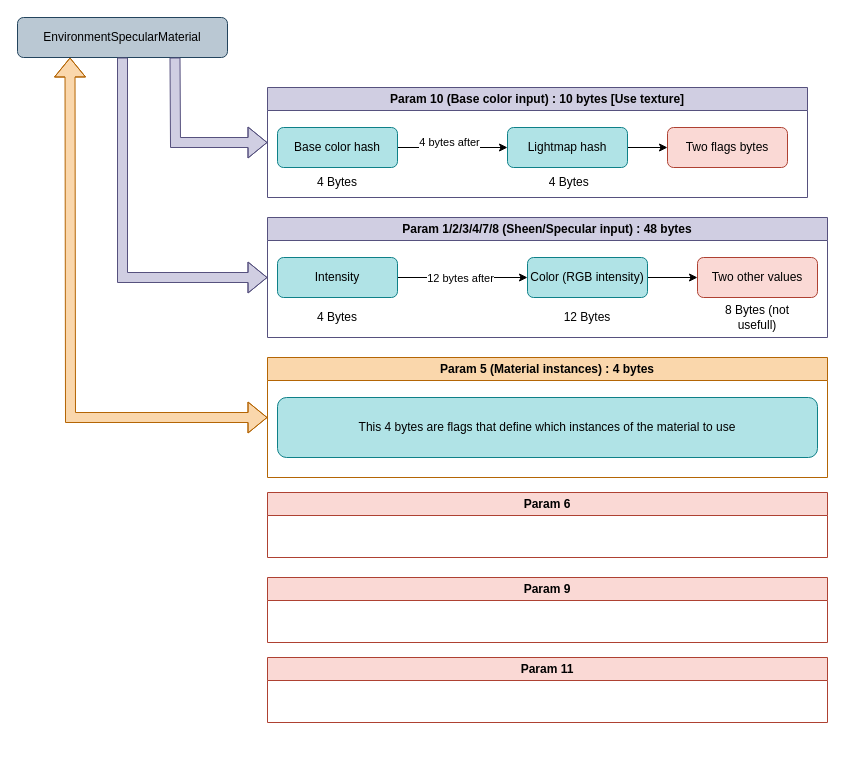
Before: EnvironmentSpecularMaterial.drawio in Ex-A01/Lm2HD-Materials-graph, a draw.io diagram. Source tidied: cells renumbered, new cells numbered last; positions are measured from the earlier drawing's top-left corner, leaving out a move shared by most shapes. Both pictures are drawn from the tidied source at 100%, with x=0, y=0 at pixel (17, 17).
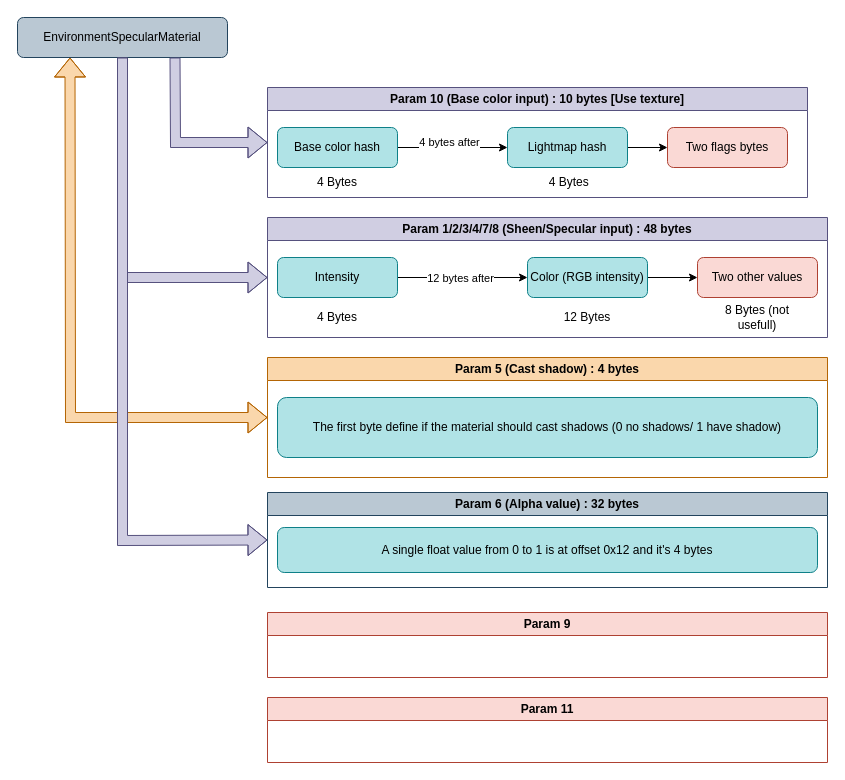
Above is the later version.

Commit message:
Mettre à jour EnvironmentSpecularMaterial.drawio

Unchanged cells that the change refers to:
```xml
<mxCell id="2" value="EnvironmentSpecularMaterial" style="rounded=1;whiteSpace=wrap;html=1;fillColor=#bac8d3;strokeColor=#23445d;" parent="1" vertex="1">
  <mxGeometry width="210" height="40" as="geometry" />
</mxCell>
```

Diff of the diagram source:
```diff
@@
-    <mxCell id="24" value="Param 5 (Material instances) : 4 bytes" style="swimlane;whiteSpace=wrap;html=1;fillColor=#fad7ac;strokeColor=#b46504;" parent="1" vertex="1">
+    <mxCell id="24" value="Param 5 (Cast shadow) : 4 bytes" style="swimlane;whiteSpace=wrap;html=1;fillColor=#fad7ac;strokeColor=#b46504;" parent="1" vertex="1">
       <mxGeometry x="250" y="340" width="560" height="120" as="geometry" />
     </mxCell>
-    <mxCell id="25" value="This 4 bytes are flags that define which instances of the material to use" style="rounded=1;whiteSpace=wrap;html=1;fillColor=#b0e3e6;strokeColor=#0e8088;" parent="24" vertex="1">
+    <mxCell id="25" value="The first byte define if the material should cast shadows (0 no shadows/ 1 have shadow)" style="rounded=1;whiteSpace=wrap;html=1;fillColor=#b0e3e6;strokeColor=#0e8088;" parent="24" vertex="1">
       <mxGeometry x="10" y="40" width="540" height="60" as="geometry" />
     </mxCell>
@@
-    <mxCell id="27" value="Param 6" style="swimlane;whiteSpace=wrap;html=1;fillColor=#fad9d5;strokeColor=#ae4132;" parent="1" vertex="1">
-      <mxGeometry x="250" y="475" width="560" height="65" as="geometry" />
+    <mxCell id="27" value="Param 6 (Alpha value) : 32 bytes" style="swimlane;whiteSpace=wrap;html=1;fillColor=#bac8d3;strokeColor=#23445d;" parent="1" vertex="1">
+      <mxGeometry x="250" y="475" width="560" height="95" as="geometry" />
     </mxCell>
+    <mxCell id="30" value="A single float value from 0 to 1 is at offset 0x12 and it's 4 bytes" style="rounded=1;whiteSpace=wrap;html=1;fillColor=#b0e3e6;strokeColor=#0e8088;" parent="27" vertex="1">
+      <mxGeometry x="10" y="35" width="540" height="45" as="geometry" />
+    </mxCell>
     <mxCell id="28" value="Param 9" style="swimlane;whiteSpace=wrap;html=1;fillColor=#fad9d5;strokeColor=#ae4132;startSize=23;" parent="1" vertex="1">
-      <mxGeometry x="250" y="560" width="560" height="65" as="geometry" />
+      <mxGeometry x="250" y="595" width="560" height="65" as="geometry" />
     </mxCell>
     <mxCell id="29" value="Param 11" style="swimlane;whiteSpace=wrap;html=1;fillColor=#fad9d5;strokeColor=#ae4132;startSize=23;" parent="1" vertex="1">
-      <mxGeometry x="250" y="640" width="560" height="65" as="geometry" />
+      <mxGeometry x="250" y="680" width="560" height="65" as="geometry" />
     </mxCell>
+    <mxCell id="31" style="shape=flexArrow;endArrow=classic;html=1;rounded=0;exitX=0.5;exitY=1;exitDx=0;exitDy=0;entryX=0;entryY=0.5;entryDx=0;entryDy=0;fillColor=#d0cee2;strokeColor=#56517e;" parent="1" edge="1" source="2" target="27">
+      <mxGeometry relative="1" as="geometry">
+        <Array as="points">
+          <mxPoint x="105" y="523" />
+        </Array>
+      </mxGeometry>
+    </mxCell>
```
